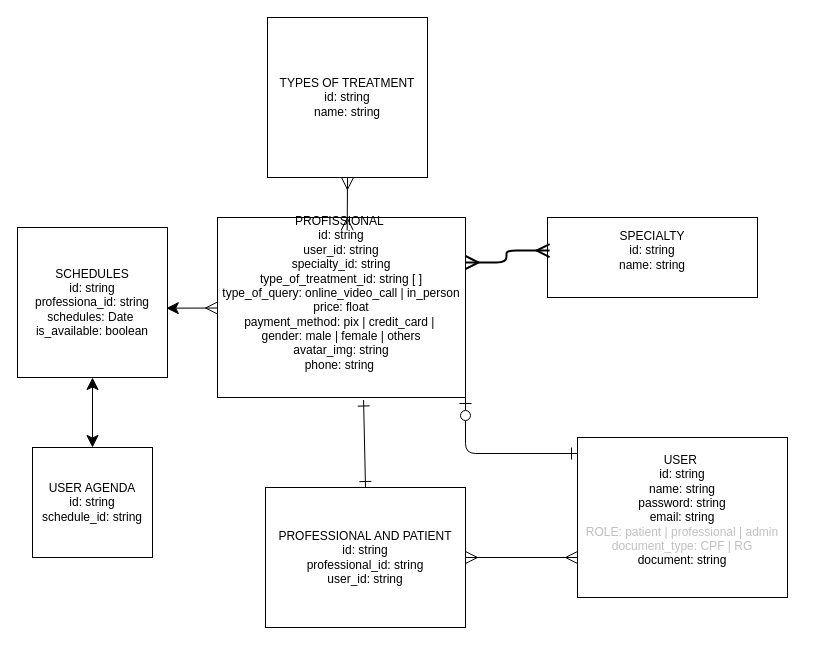
Before: prisma/diagram.dio in Projeto-Extensao-INFNET/backend, a draw.io diagram. Source tidied: cells renumbered, new cells numbered last; positions are measured from the earlier drawing's top-left corner, leaving out a move shared by most shapes. Both pictures are drawn from the tidied source at 100%, with x=0, y=0 at pixel (17, 17).
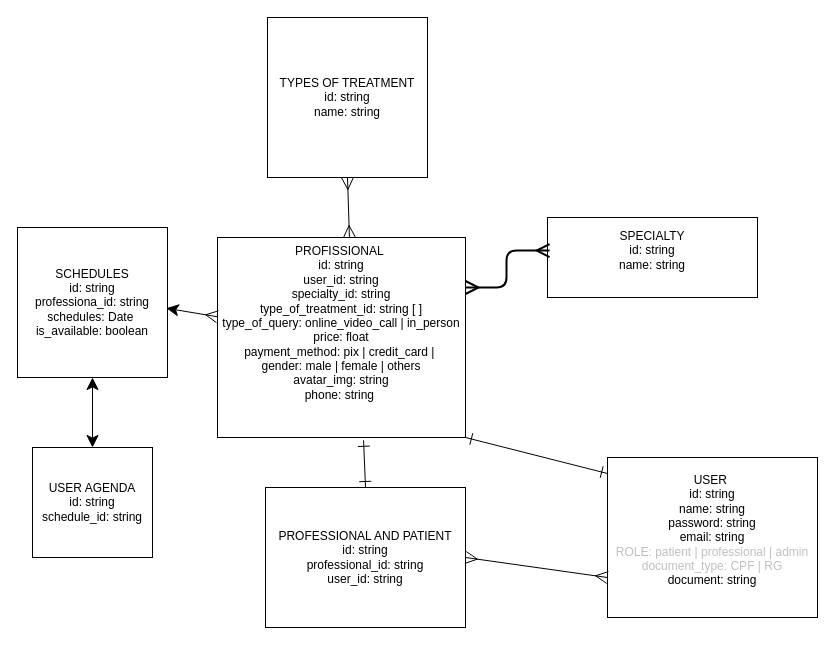
Above is the later version.

Commit message:
fix: add correct relation between USER and PROFESSIONAL entities

Diff of the diagram source:
```diff
@@
 <mxGraphModel>
   <root>
     <mxCell id="0" />
     <mxCell id="1" parent="0" />
     <mxCell id="2" value="USER&amp;nbsp;&lt;div&gt;id: string&lt;/div&gt;&lt;div&gt;name: string&lt;/div&gt;&lt;div&gt;password: string&lt;/div&gt;&lt;div&gt;email: string&lt;/div&gt;&lt;div&gt;&lt;span style=&quot;color: rgb(192, 192, 192);&quot;&gt;&lt;span&gt;ROLE: patient | professional | admin&lt;/span&gt;&lt;/span&gt;&lt;/div&gt;&lt;div&gt;&lt;span style=&quot;color: rgb(192, 192, 192);&quot;&gt;&lt;span&gt;document_type: CPF | RG&lt;/span&gt;&lt;/span&gt;&lt;/div&gt;&lt;div&gt;document: string&lt;/div&gt;&lt;div&gt;&lt;br&gt;&lt;/div&gt;" style="rounded=0;whiteSpace=wrap;html=1;" parent="1" vertex="1">
-      <mxGeometry x="560" y="420" width="210" height="160" as="geometry" />
+      <mxGeometry x="590" y="440" width="210" height="160" as="geometry" />
     </mxCell>
     <mxCell id="3" value="SPECIALTY&lt;div&gt;id: string&lt;/div&gt;&lt;div&gt;name: string&lt;/div&gt;&lt;div&gt;&lt;br&gt;&lt;/div&gt;" style="rounded=0;whiteSpace=wrap;html=1;" parent="1" vertex="1">
       <mxGeometry x="530" y="200" width="210" height="80" as="geometry" />
     </mxCell>
     <mxCell id="4" value="PROFISSIONAL&amp;nbsp;&lt;div&gt;id: string&lt;/div&gt;&lt;div&gt;user_id: string&lt;/div&gt;&lt;div&gt;specialty_id: string&lt;/div&gt;&lt;div&gt;type_of_treatment_id: string [ ]&lt;/div&gt;&lt;div&gt;type_of_query: online_video_call | in_person&lt;/div&gt;&lt;div&gt;price: float&lt;/div&gt;&lt;div&gt;payment_method: pix | credit_card |&amp;nbsp;&lt;/div&gt;&lt;div&gt;gender: male | female | others&lt;/div&gt;&lt;div&gt;avatar_img: string&lt;/div&gt;&lt;div&gt;phone: string&amp;nbsp;&lt;/div&gt;&lt;div&gt;&lt;br&gt;&lt;/div&gt;&lt;div&gt;&amp;nbsp;&lt;/div&gt;" style="rounded=0;whiteSpace=wrap;html=1;" parent="1" vertex="1">
-      <mxGeometry x="200" y="200" width="248" height="180" as="geometry" />
+      <mxGeometry x="200" y="220" width="248" height="200" as="geometry" />
     </mxCell>
     <mxCell id="5" style="edgeStyle=none;html=1;exitX=1;exitY=0.5;exitDx=0;exitDy=0;entryX=0;entryY=0.75;entryDx=0;entryDy=0;startArrow=ERmany;startFill=0;endArrow=ERmany;endFill=0;endSize=10;startSize=10;" parent="1" edge="1" source="6" target="2">
       <mxGeometry relative="1" as="geometry" />
     </mxCell>
     <mxCell id="6" value="PROFESSIONAL AND PATIENT&lt;div&gt;id: string&lt;/div&gt;&lt;div&gt;professional_id: string&lt;/div&gt;&lt;div&gt;user_id: string&lt;/div&gt;" style="rounded=0;whiteSpace=wrap;html=1;" parent="1" vertex="1">
       <mxGeometry x="248" y="470" width="200" height="140" as="geometry" />
     </mxCell>
     <mxCell id="7" style="edgeStyle=orthogonalEdgeStyle;html=1;exitX=1;exitY=0.25;exitDx=0;exitDy=0;entryX=0.01;entryY=0.413;entryDx=0;entryDy=0;entryPerimeter=0;startArrow=ERmany;startFill=0;endArrow=ERmany;endFill=0;strokeWidth=2;endSize=10;startSize=10;" parent="1" edge="1" source="4" target="3">
       <mxGeometry relative="1" as="geometry" />
     </mxCell>
     <mxCell id="8" style="edgeStyle=none;html=1;exitX=0.5;exitY=0;exitDx=0;exitDy=0;entryX=0.589;entryY=1.014;entryDx=0;entryDy=0;entryPerimeter=0;endSize=10;startSize=10;startArrow=ERone;startFill=0;endArrow=ERone;endFill=0;" parent="1" edge="1" source="6" target="4">
       <mxGeometry relative="1" as="geometry" />
     </mxCell>
-    <mxCell id="9" style="html=1;exitX=1;exitY=1;exitDx=0;exitDy=0;entryX=0;entryY=0.1;entryDx=0;entryDy=0;entryPerimeter=0;startArrow=ERzeroToOne;startFill=0;endArrow=ERone;endFill=0;endSize=10;startSize=10;edgeStyle=orthogonalEdgeStyle;" parent="1" edge="1" source="4" target="2">
+    <mxCell id="9" style="html=1;exitX=1;exitY=1;exitDx=0;exitDy=0;entryX=0;entryY=0.1;entryDx=0;entryDy=0;entryPerimeter=0;startArrow=ERone;startFill=0;endArrow=ERone;endFill=0;endSize=10;startSize=10;" parent="1" edge="1" source="4" target="2">
       <mxGeometry relative="1" as="geometry" />
     </mxCell>
     <mxCell id="10" value="TYPES OF TREATMENT&lt;div&gt;id: string&lt;/div&gt;&lt;div&gt;name: string&lt;/div&gt;" style="whiteSpace=wrap;html=1;" parent="1" vertex="1">
       <mxGeometry x="250" width="160" height="160" as="geometry" />
     </mxCell>
-    <mxCell id="11" style="edgeStyle=none;html=1;exitX=0.5;exitY=1;exitDx=0;exitDy=0;entryX=0.523;entryY=0.071;entryDx=0;entryDy=0;entryPerimeter=0;startArrow=ERmany;startFill=0;endArrow=ERmany;endFill=0;endSize=10;startSize=10;" parent="1" edge="1" source="10" target="4">
-      <mxGeometry relative="1" as="geometry" />
-    </mxCell>
     <mxCell id="12" style="edgeStyle=none;html=1;startArrow=classic;startFill=1;endArrow=classic;endFill=1;endSize=10;startSize=10;" parent="1" edge="1" source="13" target="15">
       <mxGeometry relative="1" as="geometry" />
     </mxCell>
     <mxCell id="13" value="SCHEDULES&lt;div&gt;id: string&lt;/div&gt;&lt;div&gt;professiona_id: string&lt;/div&gt;&lt;div&gt;schedules: Date&amp;nbsp;&lt;/div&gt;&lt;div&gt;is_available: boolean&lt;/div&gt;" style="whiteSpace=wrap;html=1;" parent="1" vertex="1">
       <mxGeometry y="210" width="150" height="150" as="geometry" />
     </mxCell>
     <mxCell id="14" style="edgeStyle=none;html=1;entryX=0.992;entryY=0.538;entryDx=0;entryDy=0;entryPerimeter=0;startArrow=ERmany;startFill=0;endSize=10;startSize=10;" parent="1" edge="1" source="4" target="13">
       <mxGeometry relative="1" as="geometry" />
     </mxCell>
     <mxCell id="15" value="USER AGENDA&lt;div&gt;id: string&lt;/div&gt;&lt;div&gt;schedule_id: string&lt;/div&gt;" style="rounded=0;whiteSpace=wrap;html=1;" parent="1" vertex="1">
       <mxGeometry x="15" y="430" width="120" height="110" as="geometry" />
     </mxCell>
+    <mxCell id="11" style="edgeStyle=none;html=1;exitX=0.5;exitY=1;exitDx=0;exitDy=0;entryX=0.532;entryY=0;entryDx=0;entryDy=0;entryPerimeter=0;startArrow=ERmany;startFill=0;endArrow=ERmany;endFill=0;endSize=10;startSize=10;" parent="1" edge="1" source="10" target="4">
+      <mxGeometry relative="1" as="geometry" />
+    </mxCell>
   </root>
 </mxGraphModel>
```
